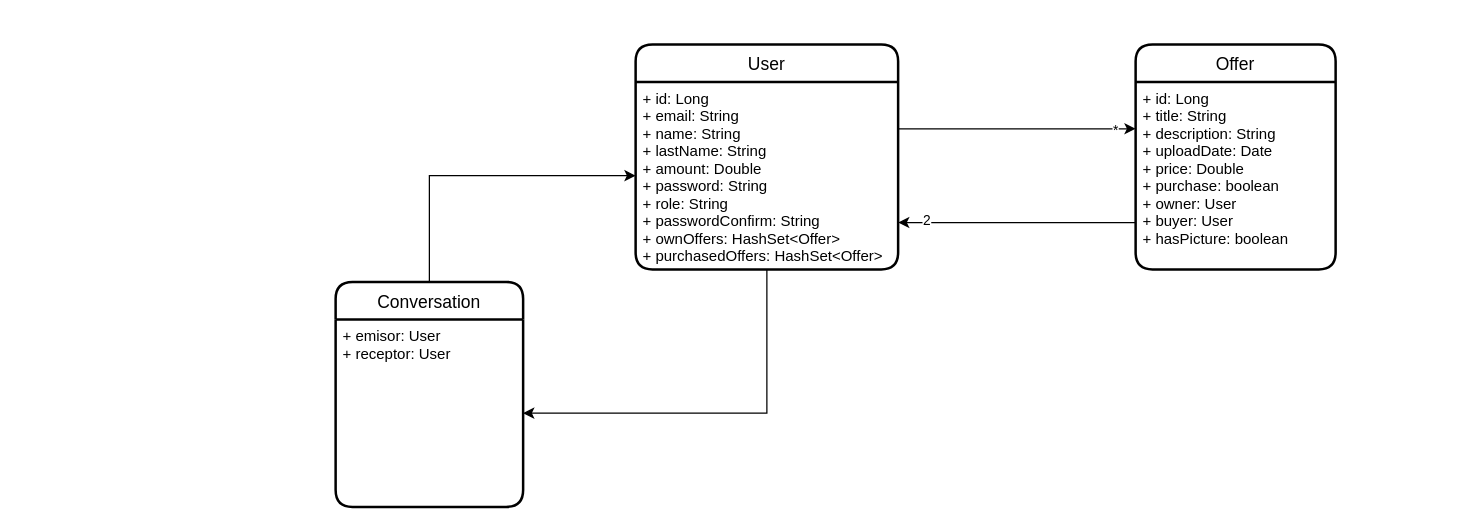
Before: docs/DomainModel.drawio in Omitg24/SDI2223-entrega1-32, a draw.io diagram. Source tidied: cells renumbered, new cells numbered last; positions are measured from the earlier drawing's top-left corner, leaving out a move shared by most shapes. Both pictures are drawn from the tidied source at 125%, with x=0, y=0 at pixel (335, 44).
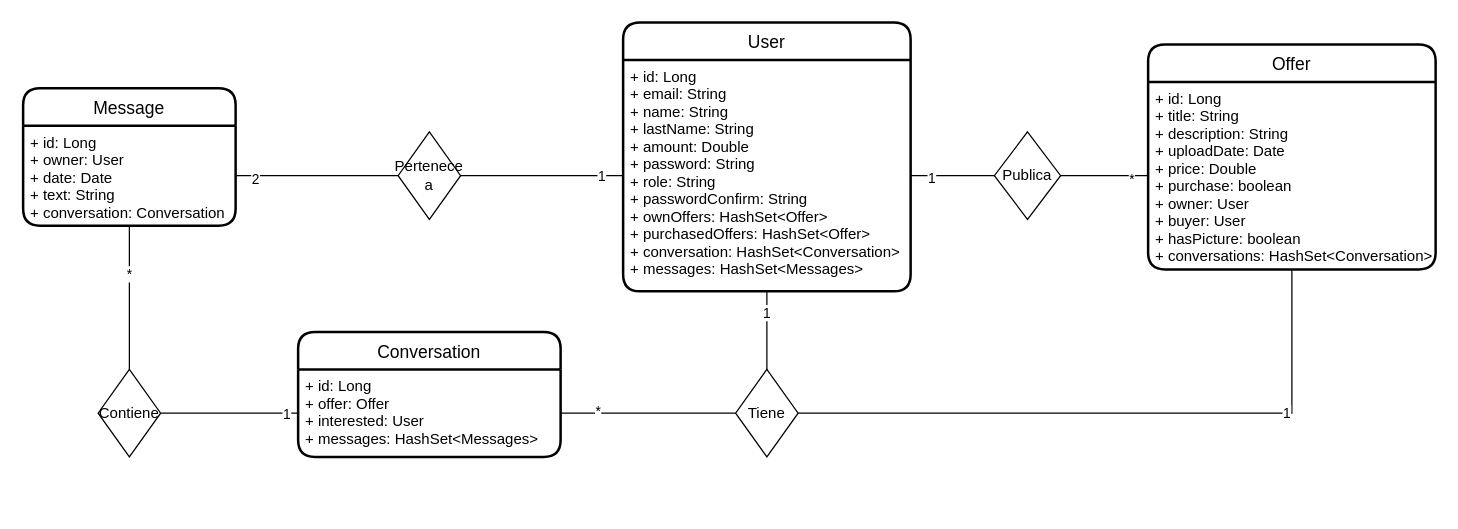
Above is the later version.

Change to the diagram source:
```diff
@@
     <mxCell id="2" value="User" style="swimlane;horizontal=1;startSize=30;rounded=1;fontSize=14;fontStyle=0;strokeWidth=2;shadow=0;dashed=0;align=center;" parent="1" vertex="1">
-      <mxGeometry x="240" width="210" height="180" as="geometry" />
+      <mxGeometry x="230" y="-17.5" width="230" height="215" as="geometry" />
     </mxCell>
-    <mxCell id="3" value="+ id: Long&#10;+ email: String&#10;+ name: String&#10;+ lastName: String&#10;+ amount: Double&#10;+ password: String&#10;+ role: String&#10;+ passwordConfirm: String&#10;+ ownOffers: HashSet&lt;Offer&gt;&#10;+ purchasedOffers: HashSet&lt;Offer&gt;" style="align=left;strokeColor=none;fillColor=none;spacingLeft=4;fontSize=12;verticalAlign=top;" parent="2" vertex="1">
-      <mxGeometry y="30" width="210" height="150" as="geometry" />
+    <mxCell id="3" value="+ id: Long&#10;+ email: String&#10;+ name: String&#10;+ lastName: String&#10;+ amount: Double&#10;+ password: String&#10;+ role: String&#10;+ passwordConfirm: String&#10;+ ownOffers: HashSet&lt;Offer&gt;&#10;+ purchasedOffers: HashSet&lt;Offer&gt;&#10;+ conversation: HashSet&lt;Conversation&gt;&#10;+ messages: HashSet&lt;Messages&gt;" style="align=left;strokeColor=none;fillColor=none;spacingLeft=4;fontSize=12;verticalAlign=top;" parent="2" vertex="1">
+      <mxGeometry y="30" width="230" height="185" as="geometry" />
     </mxCell>
     <mxCell id="4" value="Offer" style="swimlane;horizontal=1;startSize=30;rounded=1;fontSize=14;fontStyle=0;strokeWidth=2;shadow=0;dashed=0;align=center;" parent="1" vertex="1">
-      <mxGeometry x="640" width="160" height="180" as="geometry" />
+      <mxGeometry x="650" width="230" height="180" as="geometry" />
     </mxCell>
-    <mxCell id="5" value="+ id: Long&#10;+ title: String&#10;+ description: String&#10;+ uploadDate: Date&#10;+ price: Double&#10;+ purchase: boolean&#10;+ owner: User&#10;+ buyer: User&#10;+ hasPicture: boolean" style="align=left;strokeColor=none;fillColor=none;spacingLeft=4;fontSize=12;verticalAlign=top;" parent="4" vertex="1">
-      <mxGeometry y="30" width="160" height="150" as="geometry" />
+    <mxCell id="5" value="+ id: Long&#10;+ title: String&#10;+ description: String&#10;+ uploadDate: Date&#10;+ price: Double&#10;+ purchase: boolean&#10;+ owner: User&#10;+ buyer: User&#10;+ hasPicture: boolean&#10;+ conversations: HashSet&lt;Conversation&gt;" style="align=left;strokeColor=none;fillColor=none;spacingLeft=4;fontSize=12;verticalAlign=top;" parent="4" vertex="1">
+      <mxGeometry y="30" width="230" height="150" as="geometry" />
     </mxCell>
     <mxCell id="6" value="Conversation" style="swimlane;horizontal=1;startSize=30;rounded=1;fontSize=14;fontStyle=0;strokeWidth=2;shadow=0;dashed=0;align=center;" parent="1" vertex="1">
-      <mxGeometry y="190" width="150" height="180" as="geometry" />
+      <mxGeometry x="-30" y="230" width="210" height="100" as="geometry" />
     </mxCell>
-    <mxCell id="7" value="+ emisor: User&#10;+ receptor: User" style="align=left;strokeColor=none;fillColor=none;spacingLeft=4;fontSize=12;verticalAlign=top;" parent="6" vertex="1">
-      <mxGeometry y="30" width="150" height="150" as="geometry" />
+    <mxCell id="7" value="+ id: Long&#10;+ offer: Offer&#10;+ interested: User&#10;+ messages: HashSet&lt;Messages&gt;" style="align=left;strokeColor=none;fillColor=none;spacingLeft=4;fontSize=12;verticalAlign=top;" parent="6" vertex="1">
+      <mxGeometry y="30" width="210" height="70" as="geometry" />
     </mxCell>
-    <mxCell id="8" style="endArrow=classic;html=1;rounded=0;exitX=1;exitY=0.25;exitDx=0;exitDy=0;entryX=0;entryY=0.25;entryDx=0;entryDy=0;" parent="1" edge="1" source="3" target="5">
-      <mxGeometry relative="1" as="geometry" />
-    </mxCell>
-    <mxCell id="9" value="*" style="edgeLabel;html=1;align=center;verticalAlign=middle;" parent="8" vertex="1">
-      <mxGeometry x="0.82" y="-1" relative="1" as="geometry" />
-    </mxCell>
-    <mxCell id="10" style="endArrow=classic;html=1;rounded=0;entryX=1;entryY=0.75;entryDx=0;entryDy=0;exitX=0;exitY=0.75;exitDx=0;exitDy=0;" parent="1" edge="1" source="5" target="3">
-      <mxGeometry relative="1" as="geometry" />
-    </mxCell>
+    <mxCell id="14" value="Message" style="swimlane;horizontal=1;startSize=30;rounded=1;fontSize=14;fontStyle=0;strokeWidth=2;shadow=0;dashed=0;align=center;" parent="1" vertex="1">
+      <mxGeometry x="-250" y="35" width="170" height="110" as="geometry" />
+    </mxCell>
+    <mxCell id="15" value="+ id: Long&#10;+ owner: User&#10;+ date: Date&#10;+ text: String&#10;+ conversation: Conversation" style="align=left;strokeColor=none;fillColor=none;spacingLeft=4;fontSize=12;verticalAlign=top;" parent="14" vertex="1">
+      <mxGeometry y="30" width="170" height="80" as="geometry" />
+    </mxCell>
+    <mxCell id="16" value="Publica" style="rhombus;whiteSpace=wrap;html=1;" parent="1" vertex="1">
+      <mxGeometry x="527" y="70" width="53" height="70" as="geometry" />
+    </mxCell>
+    <mxCell id="17" style="endArrow=none;html=1;rounded=0;entryX=0;entryY=0.5;entryDx=0;entryDy=0;exitX=1;exitY=0.5;exitDx=0;exitDy=0;" parent="1" edge="1" source="3" target="16">
+      <mxGeometry relative="1" as="geometry" />
+    </mxCell>
+    <mxCell id="18" value="1" style="edgeLabel;html=1;align=center;verticalAlign=middle;" parent="17" vertex="1">
+      <mxGeometry x="-0.53" y="-1" relative="1" as="geometry" />
+    </mxCell>
+    <mxCell id="19" style="endArrow=none;html=1;rounded=0;entryX=0;entryY=0.5;entryDx=0;entryDy=0;exitX=1;exitY=0.5;exitDx=0;exitDy=0;" parent="1" edge="1" source="16" target="5">
+      <mxGeometry relative="1" as="geometry" />
+    </mxCell>
+    <mxCell id="20" value="*" style="edgeLabel;html=1;align=center;verticalAlign=middle;" parent="19" vertex="1">
+      <mxGeometry x="0.59" y="-2" relative="1" as="geometry" />
+    </mxCell>
+    <mxCell id="21" style="endArrow=none;html=1;rounded=0;entryX=0.5;entryY=0;entryDx=0;entryDy=0;exitX=0.5;exitY=1;exitDx=0;exitDy=0;" parent="1" edge="1" source="3">
+      <mxGeometry relative="1" as="geometry">
+        <mxPoint x="345" y="270" as="targetPoint" />
+      </mxGeometry>
+    </mxCell>
+    <mxCell id="22" value="1" style="edgeLabel;html=1;align=center;verticalAlign=middle;" parent="21" vertex="1">
+      <mxGeometry x="-0.53" y="-1" relative="1" as="geometry" />
+    </mxCell>
+    <mxCell id="23" style="endArrow=none;html=1;rounded=0;entryX=1;entryY=0.5;entryDx=0;entryDy=0;exitX=0;exitY=0.5;exitDx=0;exitDy=0;" parent="1" edge="1" target="7">
+      <mxGeometry relative="1" as="geometry">
+        <mxPoint x="320" y="295" as="sourcePoint" />
+      </mxGeometry>
+    </mxCell>
+    <mxCell id="24" value="*" style="edgeLabel;html=1;align=center;verticalAlign=middle;" parent="23" vertex="1">
+      <mxGeometry x="0.59" y="-2" relative="1" as="geometry" />
+    </mxCell>
+    <mxCell id="25" style="endArrow=none;html=1;rounded=0;entryX=1;entryY=0.5;entryDx=0;entryDy=0;exitX=0.5;exitY=1;exitDx=0;exitDy=0;" parent="1" edge="1" source="5" target="27">
+      <mxGeometry relative="1" as="geometry">
+        <Array as="points">
+          <mxPoint x="765" y="295" />
+        </Array>
+      </mxGeometry>
+    </mxCell>
+    <mxCell id="26" value="1" style="edgeLabel;html=1;align=center;verticalAlign=middle;" parent="25" vertex="1">
+      <mxGeometry x="-0.53" y="-1" relative="1" as="geometry" />
+    </mxCell>
+    <mxCell id="27" value="Tiene" style="rhombus;whiteSpace=wrap;html=1;" parent="1" vertex="1">
+      <mxGeometry x="320" y="260" width="50" height="70" as="geometry" />
+    </mxCell>
+    <mxCell id="28" value="Contiene" style="rhombus;whiteSpace=wrap;html=1;" parent="1" vertex="1">
+      <mxGeometry x="-190" y="260" width="50" height="70" as="geometry" />
+    </mxCell>
+    <mxCell id="29" style="endArrow=none;html=1;rounded=0;exitX=0;exitY=0.5;exitDx=0;exitDy=0;entryX=1;entryY=0.5;entryDx=0;entryDy=0;" parent="1" edge="1" source="7" target="28">
+      <mxGeometry relative="1" as="geometry" />
+    </mxCell>
+    <mxCell id="30" value="1" style="edgeLabel;html=1;align=center;verticalAlign=middle;" parent="29" vertex="1">
+      <mxGeometry x="-0.44" y="1" relative="1" as="geometry">
+        <mxPoint x="21" y="-1" as="offset" />
+      </mxGeometry>
+    </mxCell>
+    <mxCell id="31" style="endArrow=none;html=1;rounded=0;exitX=0.5;exitY=0;exitDx=0;exitDy=0;entryX=0.5;entryY=1;entryDx=0;entryDy=0;" parent="1" edge="1" source="28" target="14">
+      <mxGeometry relative="1" as="geometry" />
+    </mxCell>
+    <mxCell id="32" value="*" style="edgeLabel;html=1;align=center;verticalAlign=middle;" parent="31" vertex="1">
+      <mxGeometry x="0.34" y="1" relative="1" as="geometry" />
+    </mxCell>
+    <mxCell id="33" value="Pertenece a" style="rhombus;whiteSpace=wrap;html=1;" parent="1" vertex="1">
+      <mxGeometry x="50" y="70" width="50" height="70" as="geometry" />
+    </mxCell>
+    <mxCell id="34" style="endArrow=none;html=1;rounded=0;exitX=1;exitY=0.5;exitDx=0;exitDy=0;entryX=0;entryY=0.5;entryDx=0;entryDy=0;" parent="1" edge="1" source="15" target="33">
+      <mxGeometry relative="1" as="geometry" />
+    </mxCell>
-    <mxCell id="11" value="2" style="edgeLabel;html=1;align=center;verticalAlign=middle;" parent="10" vertex="1">
-      <mxGeometry x="0.77" y="-2" relative="1" as="geometry" />
+    <mxCell id="11" value="2" style="edgeLabel;html=1;align=center;verticalAlign=middle;" parent="34" vertex="1">
+      <mxGeometry x="-0.77" y="-2" relative="1" as="geometry" />
     </mxCell>
-    <mxCell id="12" style="endArrow=classic;html=1;rounded=0;entryX=1;entryY=0.5;entryDx=0;entryDy=0;exitX=0.5;exitY=1;exitDx=0;exitDy=0;" parent="1" edge="1" source="3" target="7">
-      <mxGeometry relative="1" as="geometry">
-        <Array as="points">
-          <mxPoint x="345" y="295" />
-        </Array>
-      </mxGeometry>
-    </mxCell>
-    <mxCell id="13" style="endArrow=classic;html=1;rounded=0;entryX=0;entryY=0.5;entryDx=0;entryDy=0;exitX=0.5;exitY=0;exitDx=0;exitDy=0;" parent="1" edge="1" source="6" target="3">
-      <mxGeometry relative="1" as="geometry">
-        <Array as="points">
-          <mxPoint x="75" y="105" />
-        </Array>
-      </mxGeometry>
-    </mxCell>
+    <mxCell id="35" style="endArrow=none;html=1;rounded=0;entryX=1;entryY=0.5;entryDx=0;entryDy=0;exitX=0;exitY=0.5;exitDx=0;exitDy=0;" parent="1" edge="1" source="3" target="33">
+      <mxGeometry relative="1" as="geometry" />
+    </mxCell>
+    <mxCell id="36" value="1" style="edgeLabel;html=1;align=center;verticalAlign=middle;" parent="35" vertex="1">
+      <mxGeometry x="-0.73" relative="1" as="geometry" />
+    </mxCell>
```
